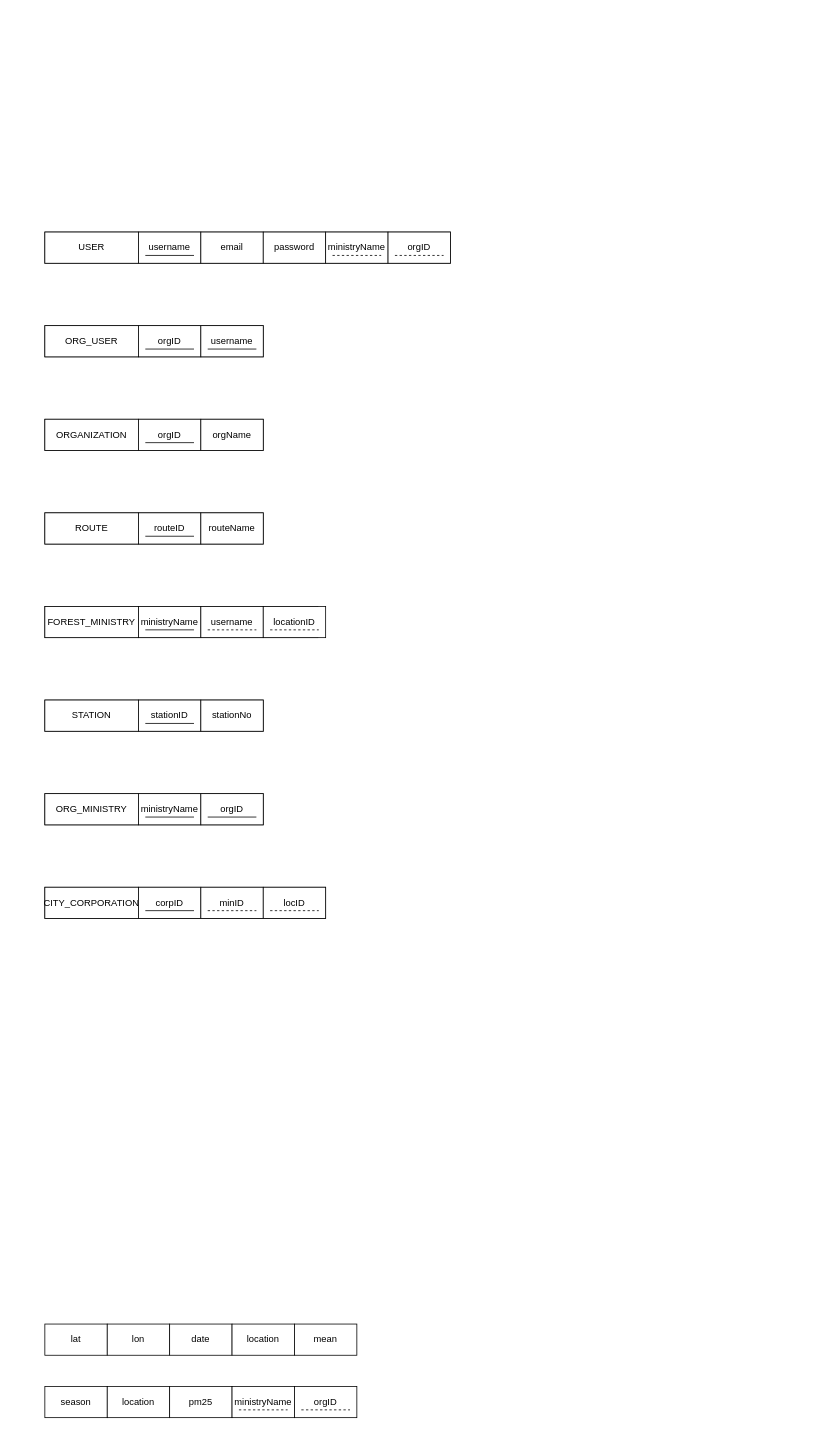
Before: z-design/RELATIONAL_SCHEMA.drawio in zorojuro75/CSE303-sec-03-Group-03, a draw.io diagram. Source tidied: cells renumbered, new cells numbered last; positions are measured from the earlier drawing's top-left corner, leaving out a move shared by most shapes. Both pictures are drawn from the tidied source at 78%, with x=0, y=0 at pixel (44, 232).
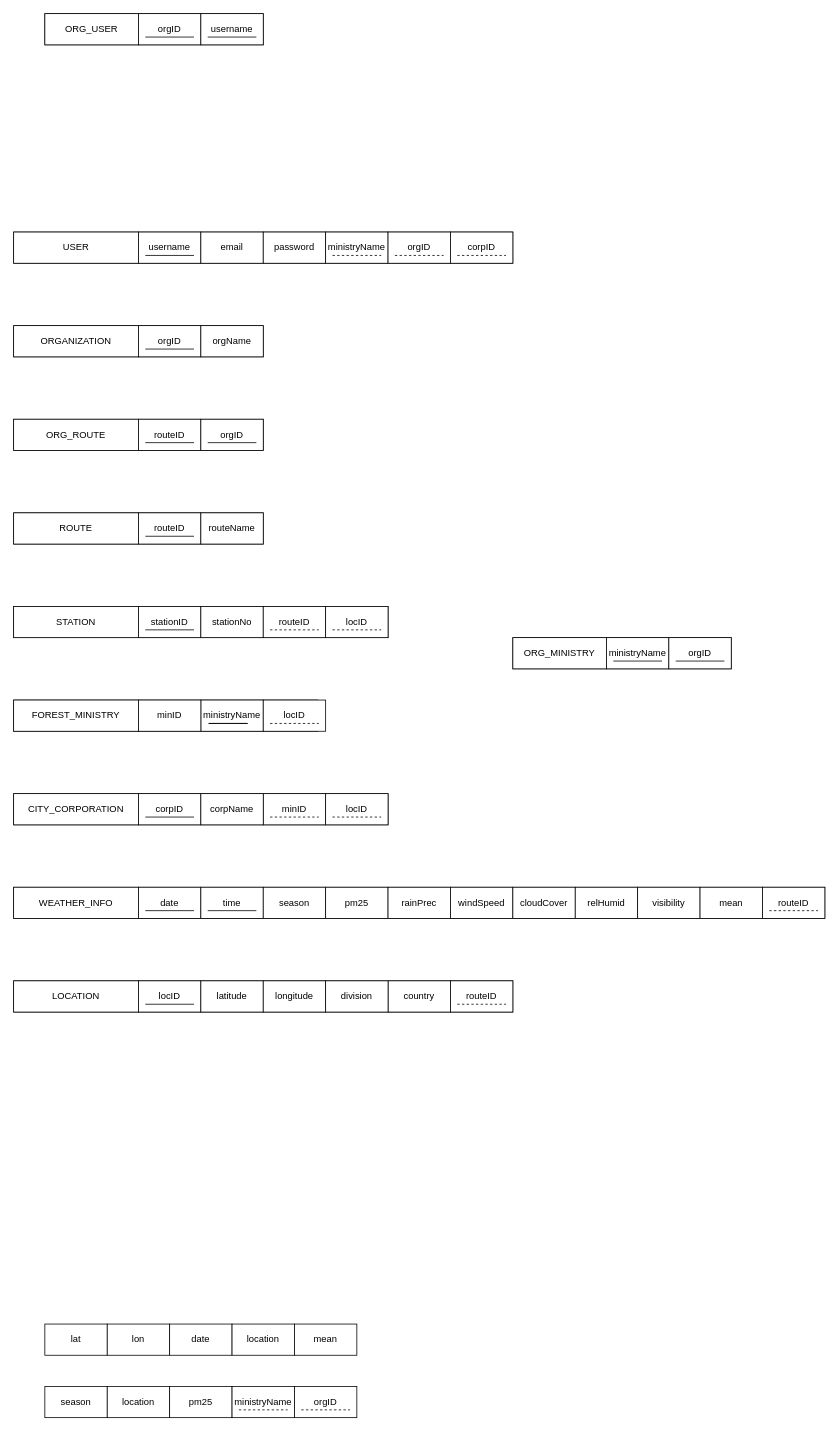
After the change.

Change to the diagram source:
```diff
@@
     <mxCell id="2" style="rounded=0;whiteSpace=wrap;html=1;" parent="1" vertex="1">
-      <mxGeometry width="520" height="40" as="geometry" />
+      <mxGeometry x="-40" width="640" height="40" as="geometry" />
     </mxCell>
     <mxCell id="3" value="USER" style="rounded=0;whiteSpace=wrap;html=1;" parent="1" vertex="1">
-      <mxGeometry width="120" height="40" as="geometry" />
+      <mxGeometry x="-40" width="160" height="40" as="geometry" />
     </mxCell>
@@
     <mxCell id="7" style="rounded=0;whiteSpace=wrap;html=1;" parent="1" vertex="1">
-      <mxGeometry y="240" width="280" height="40" as="geometry" />
+      <mxGeometry x="-40" y="120" width="320" height="40" as="geometry" />
     </mxCell>
     <mxCell id="8" value="ORGANIZATION" style="rounded=0;whiteSpace=wrap;html=1;" parent="1" vertex="1">
-      <mxGeometry y="240" width="120" height="40" as="geometry" />
+      <mxGeometry x="-40" y="120" width="160" height="40" as="geometry" />
     </mxCell>
     <mxCell id="9" value="orgID" style="rounded=0;whiteSpace=wrap;html=1;" parent="1" vertex="1">
-      <mxGeometry x="120" y="240" width="80" height="40" as="geometry" />
+      <mxGeometry x="120" y="120" width="80" height="40" as="geometry" />
     </mxCell>
     <mxCell id="10" value="orgName" style="rounded=0;whiteSpace=wrap;html=1;" parent="1" vertex="1">
-      <mxGeometry x="200" y="240" width="80" height="40" as="geometry" />
+      <mxGeometry x="200" y="120" width="80" height="40" as="geometry" />
     </mxCell>
     <mxCell id="11" style="rounded=0;whiteSpace=wrap;html=1;" parent="1" vertex="1">
-      <mxGeometry y="360" width="280" height="40" as="geometry" />
+      <mxGeometry x="-40" y="360" width="320" height="40" as="geometry" />
     </mxCell>
     <mxCell id="12" value="ROUTE" style="rounded=0;whiteSpace=wrap;html=1;" parent="1" vertex="1">
-      <mxGeometry y="360" width="120" height="40" as="geometry" />
+      <mxGeometry x="-40" y="360" width="160" height="40" as="geometry" />
     </mxCell>
@@
     <mxCell id="15" style="rounded=0;whiteSpace=wrap;html=1;" parent="1" vertex="1">
-      <mxGeometry y="480" width="350" height="40" as="geometry" />
+      <mxGeometry x="-40" y="600" width="390" height="40" as="geometry" />
     </mxCell>
     <mxCell id="16" value="FOREST_MINISTRY" style="rounded=0;whiteSpace=wrap;html=1;" parent="1" vertex="1">
-      <mxGeometry y="480" width="120" height="40" as="geometry" />
+      <mxGeometry x="-40" y="600" width="160" height="40" as="geometry" />
     </mxCell>
     <mxCell id="17" value="ministryName" style="rounded=0;whiteSpace=wrap;html=1;" parent="1" vertex="1">
-      <mxGeometry x="120" y="480" width="80" height="40" as="geometry" />
+      <mxGeometry x="200" y="600" width="80" height="40" as="geometry" />
     </mxCell>
-    <mxCell id="18" value="username" style="rounded=0;whiteSpace=wrap;html=1;" parent="1" vertex="1">
-      <mxGeometry x="200" y="480" width="80" height="40" as="geometry" />
-    </mxCell>
     <mxCell id="19" style="rounded=0;whiteSpace=wrap;html=1;" parent="1" vertex="1">
-      <mxGeometry y="600" width="280" height="40" as="geometry" />
+      <mxGeometry x="-40" y="480" width="480" height="40" as="geometry" />
     </mxCell>
     <mxCell id="20" value="STATION" style="rounded=0;whiteSpace=wrap;html=1;" parent="1" vertex="1">
-      <mxGeometry y="600" width="120" height="40" as="geometry" />
+      <mxGeometry x="-40" y="480" width="160" height="40" as="geometry" />
     </mxCell>
     <mxCell id="21" value="stationID" style="rounded=0;whiteSpace=wrap;html=1;" parent="1" vertex="1">
-      <mxGeometry x="120" y="600" width="80" height="40" as="geometry" />
+      <mxGeometry x="120" y="480" width="80" height="40" as="geometry" />
     </mxCell>
     <mxCell id="22" value="stationNo" style="rounded=0;whiteSpace=wrap;html=1;" parent="1" vertex="1">
-      <mxGeometry x="200" y="600" width="80" height="40" as="geometry" />
+      <mxGeometry x="200" y="480" width="80" height="40" as="geometry" />
     </mxCell>
@@
     <mxCell id="24" style="endArrow=none;html=1;rounded=0;" parent="1" edge="1">
       <mxGeometry relative="1" as="geometry">
-        <mxPoint x="128.8" y="270" as="sourcePoint" />
-        <mxPoint x="191.2" y="270" as="targetPoint" />
+        <mxPoint x="128.8" y="150" as="sourcePoint" />
+        <mxPoint x="191.2" y="150" as="targetPoint" />
       </mxGeometry>
     </mxCell>
@@
     <mxCell id="26" style="endArrow=none;html=1;rounded=0;" parent="1" edge="1">
       <mxGeometry relative="1" as="geometry">
-        <mxPoint x="128.8" y="510" as="sourcePoint" />
-        <mxPoint x="191.2" y="510" as="targetPoint" />
+        <mxPoint x="210" y="630" as="sourcePoint" />
+        <mxPoint x="210" y="630" as="targetPoint" />
+        <Array as="points">
+          <mxPoint x="260" y="630" />
+        </Array>
       </mxGeometry>
     </mxCell>
     <mxCell id="27" style="endArrow=none;html=1;rounded=0;" parent="1" edge="1">
       <mxGeometry relative="1" as="geometry">
-        <mxPoint x="128.8" y="630" as="sourcePoint" />
-        <mxPoint x="191.2" y="630" as="targetPoint" />
+        <mxPoint x="128.8" y="510" as="sourcePoint" />
+        <mxPoint x="191.2" y="510" as="targetPoint" />
       </mxGeometry>
     </mxCell>
-    <mxCell id="28" style="endArrow=none;html=1;rounded=0;dashed=1;" parent="1" edge="1">
-      <mxGeometry relative="1" as="geometry">
-        <mxPoint x="208.8" y="510" as="sourcePoint" />
-        <mxPoint x="271.2" y="510" as="targetPoint" />
-      </mxGeometry>
-    </mxCell>
-    <mxCell id="29" value="locationID" style="rounded=0;whiteSpace=wrap;html=1;" parent="1" vertex="1">
-      <mxGeometry x="280" y="480" width="80" height="40" as="geometry" />
+    <mxCell id="29" value="locID" style="rounded=0;whiteSpace=wrap;html=1;" parent="1" vertex="1">
+      <mxGeometry x="280" y="600" width="80" height="40" as="geometry" />
     </mxCell>
     <mxCell id="30" style="endArrow=none;html=1;rounded=0;dashed=1;" parent="1" edge="1">
       <mxGeometry relative="1" as="geometry">
-        <mxPoint x="288.8" y="510" as="sourcePoint" />
-        <mxPoint x="351.2" y="510" as="targetPoint" />
+        <mxPoint x="288.8" y="630" as="sourcePoint" />
+        <mxPoint x="351.2" y="630" as="targetPoint" />
       </mxGeometry>
     </mxCell>
     <mxCell id="31" style="rounded=0;whiteSpace=wrap;html=1;" parent="1" vertex="1">
-      <mxGeometry y="720" width="280" height="40" as="geometry" />
+      <mxGeometry x="600" y="520" width="280" height="40" as="geometry" />
     </mxCell>
     <mxCell id="32" value="ORG_MINISTRY" style="rounded=0;whiteSpace=wrap;html=1;" parent="1" vertex="1">
-      <mxGeometry y="720" width="120" height="40" as="geometry" />
+      <mxGeometry x="600" y="520" width="120" height="40" as="geometry" />
     </mxCell>
     <mxCell id="33" value="ministryName" style="rounded=0;whiteSpace=wrap;html=1;" parent="1" vertex="1">
-      <mxGeometry x="120" y="720" width="80" height="40" as="geometry" />
+      <mxGeometry x="720" y="520" width="80" height="40" as="geometry" />
     </mxCell>
     <mxCell id="34" style="endArrow=none;html=1;rounded=0;" parent="1" edge="1">
       <mxGeometry relative="1" as="geometry">
-        <mxPoint x="128.8" y="750" as="sourcePoint" />
-        <mxPoint x="191.2" y="750" as="targetPoint" />
+        <mxPoint x="728.8" y="550" as="sourcePoint" />
+        <mxPoint x="791.2" y="550" as="targetPoint" />
       </mxGeometry>
     </mxCell>
     <mxCell id="35" value="orgID" style="rounded=0;whiteSpace=wrap;html=1;" parent="1" vertex="1">
-      <mxGeometry x="200" y="720" width="80" height="40" as="geometry" />
+      <mxGeometry x="800" y="520" width="80" height="40" as="geometry" />
     </mxCell>
     <mxCell id="36" style="endArrow=none;html=1;rounded=0;" parent="1" edge="1">
       <mxGeometry relative="1" as="geometry">
-        <mxPoint x="208.8" y="750" as="sourcePoint" />
-        <mxPoint x="271.2" y="750" as="targetPoint" />
+        <mxPoint x="808.8" y="550" as="sourcePoint" />
+        <mxPoint x="871.2" y="550" as="targetPoint" />
       </mxGeometry>
     </mxCell>
@@
     <mxCell id="39" style="rounded=0;whiteSpace=wrap;html=1;" parent="1" vertex="1">
-      <mxGeometry y="120" width="280" height="40" as="geometry" />
+      <mxGeometry y="-280" width="280" height="40" as="geometry" />
     </mxCell>
     <mxCell id="40" value="ORG_USER" style="rounded=0;whiteSpace=wrap;html=1;" parent="1" vertex="1">
-      <mxGeometry y="120" width="120" height="40" as="geometry" />
+      <mxGeometry y="-280" width="120" height="40" as="geometry" />
     </mxCell>
     <mxCell id="41" value="orgID" style="rounded=0;whiteSpace=wrap;html=1;" parent="1" vertex="1">
-      <mxGeometry x="120" y="120" width="80" height="40" as="geometry" />
+      <mxGeometry x="120" y="-280" width="80" height="40" as="geometry" />
     </mxCell>
     <mxCell id="42" value="username" style="rounded=0;whiteSpace=wrap;html=1;" parent="1" vertex="1">
-      <mxGeometry x="200" y="120" width="80" height="40" as="geometry" />
+      <mxGeometry x="200" y="-280" width="80" height="40" as="geometry" />
     </mxCell>
     <mxCell id="43" style="endArrow=none;html=1;rounded=0;" parent="1" edge="1">
       <mxGeometry relative="1" as="geometry">
-        <mxPoint x="128.8" y="150" as="sourcePoint" />
-        <mxPoint x="191.2" y="150" as="targetPoint" />
+        <mxPoint x="128.8" y="-250" as="sourcePoint" />
+        <mxPoint x="191.2" y="-250" as="targetPoint" />
       </mxGeometry>
     </mxCell>
     <mxCell id="44" style="endArrow=none;html=1;rounded=0;" parent="1" edge="1">
       <mxGeometry relative="1" as="geometry">
-        <mxPoint x="208.8" y="150" as="sourcePoint" />
-        <mxPoint x="271.2" y="150" as="targetPoint" />
+        <mxPoint x="208.8" y="-250" as="sourcePoint" />
+        <mxPoint x="271.2" y="-250" as="targetPoint" />
       </mxGeometry>
     </mxCell>
@@
     <mxCell id="59" style="rounded=0;whiteSpace=wrap;html=1;" parent="1" vertex="1">
-      <mxGeometry y="840" width="360" height="40" as="geometry" />
+      <mxGeometry x="-40" y="720" width="480" height="40" as="geometry" />
     </mxCell>
     <mxCell id="60" value="CITY_CORPORATION" style="rounded=0;whiteSpace=wrap;html=1;" parent="1" vertex="1">
-      <mxGeometry y="840" width="120" height="40" as="geometry" />
+      <mxGeometry x="-40" y="720" width="160" height="40" as="geometry" />
     </mxCell>
     <mxCell id="61" value="corpID" style="rounded=0;whiteSpace=wrap;html=1;" parent="1" vertex="1">
-      <mxGeometry x="120" y="840" width="80" height="40" as="geometry" />
+      <mxGeometry x="120" y="720" width="80" height="40" as="geometry" />
     </mxCell>
     <mxCell id="62" style="endArrow=none;html=1;rounded=0;" parent="1" edge="1">
       <mxGeometry relative="1" as="geometry">
-        <mxPoint x="128.8" y="870" as="sourcePoint" />
-        <mxPoint x="191.2" y="870" as="targetPoint" />
+        <mxPoint x="128.8" y="750" as="sourcePoint" />
+        <mxPoint x="191.2" y="750" as="targetPoint" />
       </mxGeometry>
     </mxCell>
     <mxCell id="63" value="minID" style="rounded=0;whiteSpace=wrap;html=1;" parent="1" vertex="1">
-      <mxGeometry x="200" y="840" width="80" height="40" as="geometry" />
+      <mxGeometry x="280" y="720" width="80" height="40" as="geometry" />
     </mxCell>
     <mxCell id="64" value="locID" style="rounded=0;whiteSpace=wrap;html=1;" parent="1" vertex="1">
-      <mxGeometry x="280" y="840" width="80" height="40" as="geometry" />
+      <mxGeometry x="360" y="720" width="80" height="40" as="geometry" />
     </mxCell>
     <mxCell id="65" style="endArrow=none;html=1;rounded=0;dashed=1;" parent="1" edge="1">
       <mxGeometry relative="1" as="geometry">
-        <mxPoint x="288.8" y="870" as="sourcePoint" />
-        <mxPoint x="351.2" y="870" as="targetPoint" />
+        <mxPoint x="368.8" y="750" as="sourcePoint" />
+        <mxPoint x="431.2" y="750" as="targetPoint" />
       </mxGeometry>
     </mxCell>
     <mxCell id="66" style="endArrow=none;html=1;rounded=0;dashed=1;" parent="1" edge="1">
       <mxGeometry relative="1" as="geometry">
-        <mxPoint x="208.8" y="870" as="sourcePoint" />
-        <mxPoint x="271.2" y="870" as="targetPoint" />
+        <mxPoint x="288.8" y="750" as="sourcePoint" />
+        <mxPoint x="351.2" y="750" as="targetPoint" />
       </mxGeometry>
     </mxCell>
+    <mxCell id="67" value="minID" style="rounded=0;whiteSpace=wrap;html=1;" parent="1" vertex="1">
+      <mxGeometry x="120" y="600" width="80" height="40" as="geometry" />
+    </mxCell>
+    <mxCell id="68" style="rounded=0;whiteSpace=wrap;html=1;" parent="1" vertex="1">
+      <mxGeometry x="-40" y="840" width="1040" height="40" as="geometry" />
+    </mxCell>
+    <mxCell id="69" value="WEATHER_INFO" style="rounded=0;whiteSpace=wrap;html=1;" parent="1" vertex="1">
+      <mxGeometry x="-40" y="840" width="160" height="40" as="geometry" />
+    </mxCell>
+    <mxCell id="70" value="date" style="rounded=0;whiteSpace=wrap;html=1;" parent="1" vertex="1">
+      <mxGeometry x="120" y="840" width="80" height="40" as="geometry" />
+    </mxCell>
+    <mxCell id="71" style="endArrow=none;html=1;rounded=0;" parent="1" edge="1">
+      <mxGeometry relative="1" as="geometry">
+        <mxPoint x="128.8" y="870" as="sourcePoint" />
+        <mxPoint x="191.2" y="870" as="targetPoint" />
+      </mxGeometry>
+    </mxCell>
+    <mxCell id="72" value="time" style="rounded=0;whiteSpace=wrap;html=1;" parent="1" vertex="1">
+      <mxGeometry x="200" y="840" width="80" height="40" as="geometry" />
+    </mxCell>
+    <mxCell id="73" style="rounded=0;whiteSpace=wrap;html=1;" parent="1" vertex="1">
+      <mxGeometry x="-40" y="960" width="640" height="40" as="geometry" />
+    </mxCell>
+    <mxCell id="74" value="LOCATION" style="rounded=0;whiteSpace=wrap;html=1;" parent="1" vertex="1">
+      <mxGeometry x="-40" y="960" width="160" height="40" as="geometry" />
+    </mxCell>
+    <mxCell id="75" value="locID" style="rounded=0;whiteSpace=wrap;html=1;" parent="1" vertex="1">
+      <mxGeometry x="120" y="960" width="80" height="40" as="geometry" />
+    </mxCell>
+    <mxCell id="76" style="endArrow=none;html=1;rounded=0;" parent="1" edge="1">
+      <mxGeometry relative="1" as="geometry">
+        <mxPoint x="128.8" y="990" as="sourcePoint" />
+        <mxPoint x="191.2" y="990" as="targetPoint" />
+      </mxGeometry>
+    </mxCell>
+    <mxCell id="77" value="latitude" style="rounded=0;whiteSpace=wrap;html=1;" parent="1" vertex="1">
+      <mxGeometry x="200" y="960" width="80" height="40" as="geometry" />
+    </mxCell>
+    <mxCell id="78" value="country" style="rounded=0;whiteSpace=wrap;html=1;" parent="1" vertex="1">
+      <mxGeometry x="440" y="960" width="80" height="40" as="geometry" />
+    </mxCell>
+    <mxCell id="79" value="longitude" style="rounded=0;whiteSpace=wrap;html=1;" parent="1" vertex="1">
+      <mxGeometry x="280" y="960" width="80" height="40" as="geometry" />
+    </mxCell>
+    <mxCell id="80" value="division" style="rounded=0;whiteSpace=wrap;html=1;" parent="1" vertex="1">
+      <mxGeometry x="360" y="960" width="80" height="40" as="geometry" />
+    </mxCell>
+    <mxCell id="81" style="endArrow=none;html=1;rounded=0;" parent="1" edge="1">
+      <mxGeometry relative="1" as="geometry">
+        <mxPoint x="208.8" y="870" as="sourcePoint" />
+        <mxPoint x="271.2" y="870" as="targetPoint" />
+      </mxGeometry>
+    </mxCell>
+    <mxCell id="82" value="season" style="rounded=0;whiteSpace=wrap;html=1;" parent="1" vertex="1">
+      <mxGeometry x="280" y="840" width="80" height="40" as="geometry" />
+    </mxCell>
+    <mxCell id="83" value="pm25" style="rounded=0;whiteSpace=wrap;html=1;" parent="1" vertex="1">
+      <mxGeometry x="360" y="840" width="80" height="40" as="geometry" />
+    </mxCell>
+    <mxCell id="84" value="rainPrec" style="rounded=0;whiteSpace=wrap;html=1;" parent="1" vertex="1">
+      <mxGeometry x="440" y="840" width="80" height="40" as="geometry" />
+    </mxCell>
+    <mxCell id="85" value="windSpeed" style="rounded=0;whiteSpace=wrap;html=1;" parent="1" vertex="1">
+      <mxGeometry x="520" y="840" width="80" height="40" as="geometry" />
+    </mxCell>
+    <mxCell id="86" value="cloudCover" style="rounded=0;whiteSpace=wrap;html=1;" parent="1" vertex="1">
+      <mxGeometry x="600" y="840" width="80" height="40" as="geometry" />
+    </mxCell>
+    <mxCell id="87" value="relHumid" style="rounded=0;whiteSpace=wrap;html=1;" parent="1" vertex="1">
+      <mxGeometry x="680" y="840" width="80" height="40" as="geometry" />
+    </mxCell>
+    <mxCell id="88" value="visibility" style="rounded=0;whiteSpace=wrap;html=1;" parent="1" vertex="1">
+      <mxGeometry x="760" y="840" width="80" height="40" as="geometry" />
+    </mxCell>
+    <mxCell id="89" value="mean" style="rounded=0;whiteSpace=wrap;html=1;" parent="1" vertex="1">
+      <mxGeometry x="840" y="840" width="80" height="40" as="geometry" />
+    </mxCell>
+    <mxCell id="90" value="corpID" style="rounded=0;whiteSpace=wrap;html=1;" parent="1" vertex="1">
+      <mxGeometry x="520" width="80" height="40" as="geometry" />
+    </mxCell>
+    <mxCell id="91" style="endArrow=none;html=1;rounded=0;dashed=1;" parent="1" edge="1">
+      <mxGeometry relative="1" as="geometry">
+        <mxPoint x="528.8" y="30" as="sourcePoint" />
+        <mxPoint x="591.2" y="30" as="targetPoint" />
+      </mxGeometry>
+    </mxCell>
+    <mxCell id="92" style="rounded=0;whiteSpace=wrap;html=1;" parent="1" vertex="1">
+      <mxGeometry x="-40" y="240" width="320" height="40" as="geometry" />
+    </mxCell>
+    <mxCell id="93" value="ORG_ROUTE" style="rounded=0;whiteSpace=wrap;html=1;" parent="1" vertex="1">
+      <mxGeometry x="-40" y="240" width="160" height="40" as="geometry" />
+    </mxCell>
+    <mxCell id="94" value="routeID" style="rounded=0;whiteSpace=wrap;html=1;" parent="1" vertex="1">
+      <mxGeometry x="120" y="240" width="80" height="40" as="geometry" />
+    </mxCell>
+    <mxCell id="95" value="orgID" style="rounded=0;whiteSpace=wrap;html=1;" parent="1" vertex="1">
+      <mxGeometry x="200" y="240" width="80" height="40" as="geometry" />
+    </mxCell>
+    <mxCell id="96" style="endArrow=none;html=1;rounded=0;" parent="1" edge="1">
+      <mxGeometry relative="1" as="geometry">
+        <mxPoint x="128.8" y="270" as="sourcePoint" />
+        <mxPoint x="191.2" y="270" as="targetPoint" />
+      </mxGeometry>
+    </mxCell>
+    <mxCell id="97" style="endArrow=none;html=1;rounded=0;" parent="1" edge="1">
+      <mxGeometry relative="1" as="geometry">
+        <mxPoint x="208.8" y="270" as="sourcePoint" />
+        <mxPoint x="271.2" y="270" as="targetPoint" />
+      </mxGeometry>
+    </mxCell>
+    <mxCell id="98" value="routeID" style="rounded=0;whiteSpace=wrap;html=1;" parent="1" vertex="1">
+      <mxGeometry x="280" y="480" width="80" height="40" as="geometry" />
+    </mxCell>
+    <mxCell id="99" style="endArrow=none;html=1;rounded=0;dashed=1;" parent="1" edge="1">
+      <mxGeometry relative="1" as="geometry">
+        <mxPoint x="288.8" y="510" as="sourcePoint" />
+        <mxPoint x="351.2" y="510" as="targetPoint" />
+      </mxGeometry>
+    </mxCell>
+    <mxCell id="100" value="locID" style="rounded=0;whiteSpace=wrap;html=1;" parent="1" vertex="1">
+      <mxGeometry x="360" y="480" width="80" height="40" as="geometry" />
+    </mxCell>
+    <mxCell id="101" style="endArrow=none;html=1;rounded=0;dashed=1;" parent="1" edge="1">
+      <mxGeometry relative="1" as="geometry">
+        <mxPoint x="368.8" y="510" as="sourcePoint" />
+        <mxPoint x="431.2" y="510" as="targetPoint" />
+      </mxGeometry>
+    </mxCell>
+    <mxCell id="102" value="routeID" style="rounded=0;whiteSpace=wrap;html=1;" parent="1" vertex="1">
+      <mxGeometry x="520" y="960" width="80" height="40" as="geometry" />
+    </mxCell>
+    <mxCell id="103" style="endArrow=none;html=1;rounded=0;dashed=1;" parent="1" edge="1">
+      <mxGeometry relative="1" as="geometry">
+        <mxPoint x="528.8" y="990" as="sourcePoint" />
+        <mxPoint x="591.2" y="990" as="targetPoint" />
+      </mxGeometry>
+    </mxCell>
+    <mxCell id="104" value="routeID" style="rounded=0;whiteSpace=wrap;html=1;" parent="1" vertex="1">
+      <mxGeometry x="920" y="840" width="80" height="40" as="geometry" />
+    </mxCell>
+    <mxCell id="105" style="endArrow=none;html=1;rounded=0;dashed=1;" parent="1" edge="1">
+      <mxGeometry relative="1" as="geometry">
+        <mxPoint x="928.8" y="870" as="sourcePoint" />
+        <mxPoint x="991.2" y="870" as="targetPoint" />
+      </mxGeometry>
+    </mxCell>
+    <mxCell id="106" value="corpName" style="rounded=0;whiteSpace=wrap;html=1;" parent="1" vertex="1">
+      <mxGeometry x="200" y="720" width="80" height="40" as="geometry" />
+    </mxCell>
```
